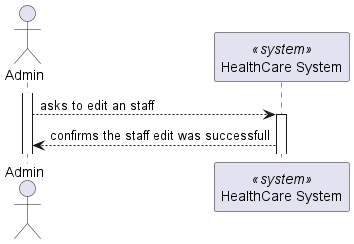
Lapr5G21/sem5pi-24-25-3ddg21 keeps this PlantUML diagram as docs/StaffProfileUpdate/views/level1/process-view.png. Above is the earlier version.
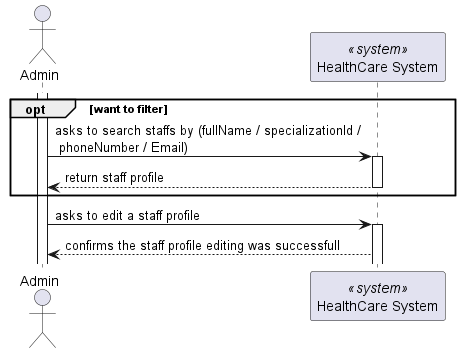
Above is the later version.

Commit message:
Update Staff Diagrams Update #13

Change to the diagram source:
```diff
@@ -5,11 +5,16 @@
 
 activate Admin
 
-Admin --> SYS : asks to edit an staff
+opt want to filter
+    Admin -> SYS : asks to search staffs by (fullName / specializationId /\n phoneNumber / Email)
+    activate SYS
+    SYS --> Admin : return staff profile
+    deactivate SYS
+end
 
+Admin -> SYS : asks to edit a staff profile
 activate SYS
 
-SYS --> Admin : confirms the staff edit was successfull
-
+SYS --> Admin : confirms the staff profile editing was successfull
 
 @enduml
```
